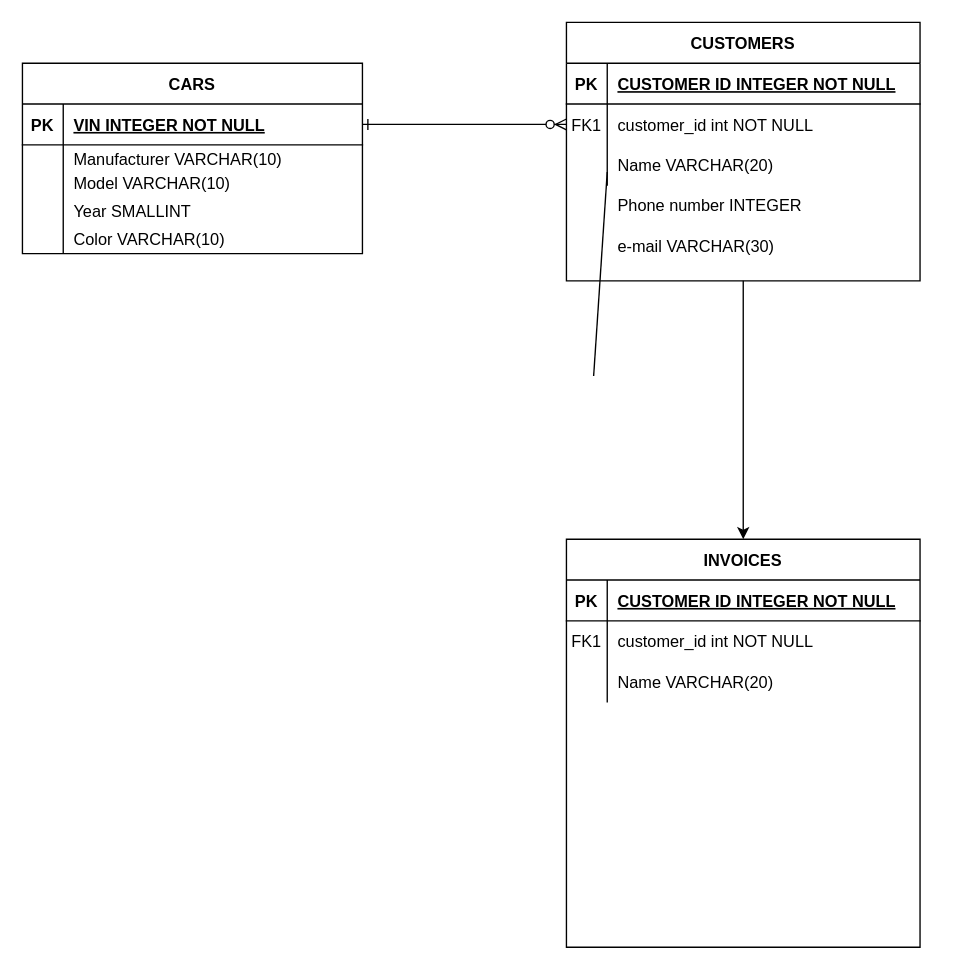
Daniel870801/IRONLABS keeps this draw.io diagram as Module 1/Lab20/Untitled Diagram.drawio. Above is the earlier version. Source tidied: cells renumbered, new cells numbered last; positions are measured from the earlier drawing's top-left corner, leaving out a move shared by most shapes. Both pictures are drawn from the tidied source at 136%, with x=0, y=0 at pixel (22, 22).
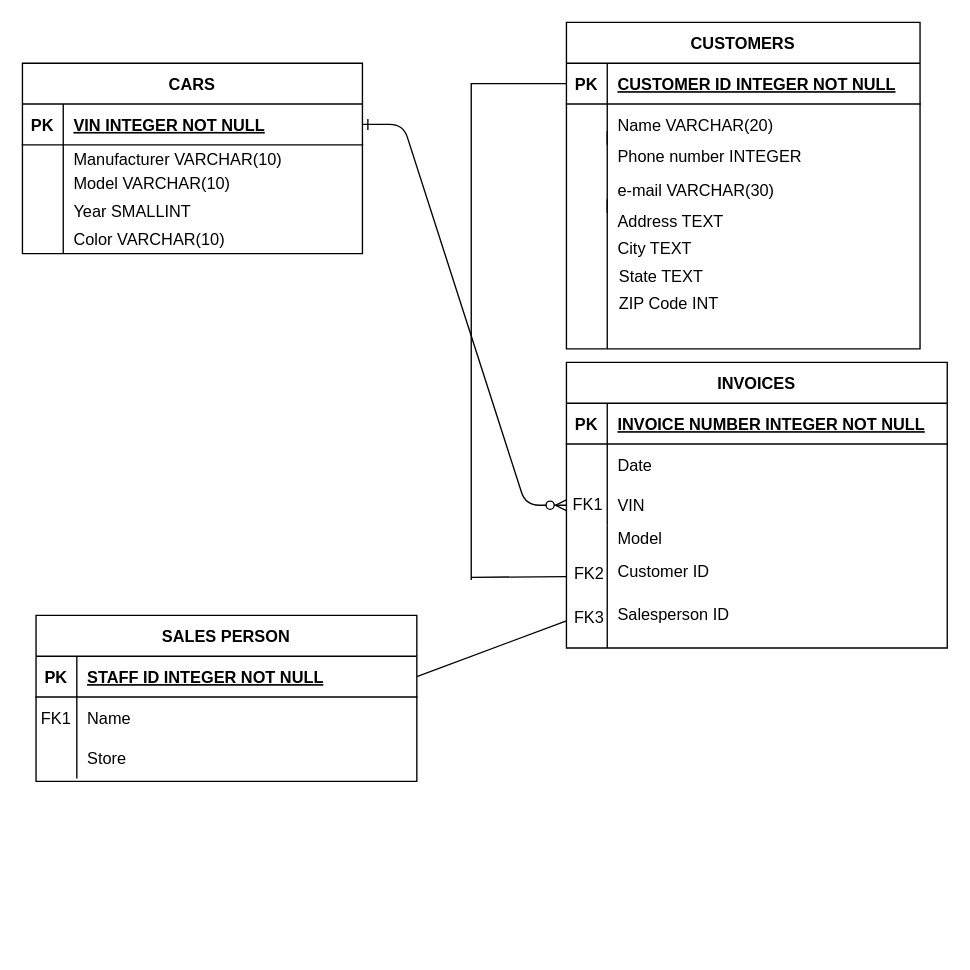
The same diagram, later.

The change refers to these unchanged cells:
```xml
<mxCell id="5" style="shape=partialRectangle;fillColor=none;points=[[0,0.5],[1,0.5]];portConstraint=eastwest;top=0;left=0;right=0;bottom=1;" parent="4" vertex="1">
  <mxGeometry y="30" width="260" height="30" as="geometry" />
</mxCell>
<mxCell id="15" style="shape=partialRectangle;fillColor=none;points=[[0,0.5],[1,0.5]];portConstraint=eastwest;top=0;left=0;right=0;bottom=1;" parent="14" vertex="1">
  <mxGeometry y="30" width="250" height="30" as="geometry" />
</mxCell>
```

Diff of the diagram source:
```diff
@@
-    <mxCell id="2" style="edgeStyle=entityRelationEdgeStyle;endArrow=ERzeroToMany;startArrow=ERone;endFill=1;startFill=0;" parent="1" edge="1" source="15" target="8">
+    <mxCell id="2" style="edgeStyle=entityRelationEdgeStyle;endArrow=ERzeroToMany;startArrow=ERone;endFill=1;startFill=0;entryX=0;entryY=0.5;entryDx=0;entryDy=0;" parent="1" edge="1" source="15" target="40">
       <mxGeometry relative="1" as="geometry" />
     </mxCell>
-    <mxCell id="3" style="edgeStyle=orthogonalEdgeStyle;rounded=0;jettySize=auto;html=1;" parent="1" edge="1" source="4" target="33">
-      <mxGeometry relative="1" as="geometry" />
-    </mxCell>
     <mxCell id="4" value="CUSTOMERS" style="shape=table;startSize=30;childLayout=tableLayout;rowLines=0;fontStyle=1;align=center;" parent="1" vertex="1">
-      <mxGeometry x="400" width="260" height="190" as="geometry" />
+      <mxGeometry x="400" width="260" height="240" as="geometry" />
     </mxCell>
@@
-    <mxCell id="8" style="shape=partialRectangle;fillColor=none;points=[[0,0.5],[1,0.5]];portConstraint=eastwest;top=0;left=0;right=0;bottom=0;" parent="4" vertex="1">
-      <mxGeometry y="60" width="260" height="30" as="geometry" />
-    </mxCell>
-    <mxCell id="9" value="FK1" style="shape=partialRectangle;overflow=hidden;fillColor=none;top=0;left=0;bottom=0;right=0;" parent="8" vertex="1">
-      <mxGeometry width="30" height="30" as="geometry" />
-    </mxCell>
-    <mxCell id="10" value="customer_id int NOT NULL" style="shape=partialRectangle;overflow=hidden;fillColor=none;top=0;left=0;bottom=0;right=0;align=left;spacingLeft=6;" parent="8" vertex="1">
-      <mxGeometry x="30" width="230" height="30" as="geometry" />
-    </mxCell>
     <mxCell id="11" style="shape=partialRectangle;fillColor=none;top=0;left=0;right=0;bottom=0;" parent="4" vertex="1">
-      <mxGeometry y="90" width="260" height="30" as="geometry" />
+      <mxGeometry y="60" width="260" height="30" as="geometry" />
     </mxCell>
@@
     <mxCell id="27" style="shape=partialRectangle;fillColor=none;top=0;left=0;right=0;bottom=0;" parent="1" vertex="1">
-      <mxGeometry x="400" y="149" width="260" height="30" as="geometry" />
+      <mxGeometry x="400" y="108" width="260" height="30" as="geometry" />
     </mxCell>
@@
     <mxCell id="30" style="shape=partialRectangle;fillColor=none;top=0;left=0;right=0;bottom=0;" parent="1" vertex="1">
-      <mxGeometry x="400" y="119" width="260" height="30" as="geometry" />
+      <mxGeometry x="400" y="83" width="260" height="30" as="geometry" />
     </mxCell>
@@
     <mxCell id="33" value="INVOICES" style="shape=table;startSize=30;childLayout=tableLayout;rowLines=0;fontStyle=1;align=center;" parent="1" vertex="1">
-      <mxGeometry x="400" y="380" width="260" height="300" as="geometry" />
+      <mxGeometry x="400" y="250" width="280" height="210" as="geometry" />
     </mxCell>
     <mxCell id="34" style="shape=partialRectangle;fillColor=none;top=0;left=0;right=0;bottom=1;" parent="33" vertex="1">
-      <mxGeometry y="30" width="260" height="30" as="geometry" />
+      <mxGeometry y="30" width="280" height="30" as="geometry" />
     </mxCell>
@@
-    <mxCell id="36" value="CUSTOMER ID INTEGER NOT NULL " style="shape=partialRectangle;overflow=hidden;fillColor=none;top=0;left=0;bottom=0;right=0;align=left;spacingLeft=6;fontStyle=5;" parent="34" vertex="1">
-      <mxGeometry x="30" width="230" height="30" as="geometry" />
+    <mxCell id="36" value="INVOICE NUMBER INTEGER NOT NULL" style="shape=partialRectangle;overflow=hidden;fillColor=none;top=0;left=0;bottom=0;right=0;align=left;spacingLeft=6;fontStyle=5;" parent="34" vertex="1">
+      <mxGeometry x="30" width="250" height="30" as="geometry" />
     </mxCell>
     <mxCell id="37" style="shape=partialRectangle;fillColor=none;top=0;left=0;right=0;bottom=0;" parent="33" vertex="1">
-      <mxGeometry y="60" width="260" height="30" as="geometry" />
+      <mxGeometry y="60" width="280" height="30" as="geometry" />
     </mxCell>
-    <mxCell id="38" value="FK1" style="shape=partialRectangle;overflow=hidden;fillColor=none;top=0;left=0;bottom=0;right=0;" parent="37" vertex="1">
+    <mxCell id="38" style="shape=partialRectangle;overflow=hidden;fillColor=none;top=0;left=0;bottom=0;right=0;" parent="37" vertex="1">
       <mxGeometry width="30" height="30" as="geometry" />
     </mxCell>
-    <mxCell id="39" value="customer_id int NOT NULL" style="shape=partialRectangle;overflow=hidden;fillColor=none;top=0;left=0;bottom=0;right=0;align=left;spacingLeft=6;" parent="37" vertex="1">
-      <mxGeometry x="30" width="230" height="30" as="geometry" />
+    <mxCell id="39" value="Date " style="shape=partialRectangle;overflow=hidden;fillColor=none;top=0;left=0;bottom=0;right=0;align=left;spacingLeft=6;" parent="37" vertex="1">
+      <mxGeometry x="30" width="250" height="30" as="geometry" />
     </mxCell>
     <mxCell id="40" style="shape=partialRectangle;fillColor=none;points=[[0,0.5],[1,0.5]];portConstraint=eastwest;top=0;left=0;right=0;bottom=0;" parent="33" vertex="1">
-      <mxGeometry y="90" width="260" height="30" as="geometry" />
+      <mxGeometry y="90" width="280" height="30" as="geometry" />
     </mxCell>
@@
-    <mxCell id="42" value="Name VARCHAR(20)" style="shape=partialRectangle;overflow=hidden;fillColor=none;top=0;left=0;bottom=0;right=0;align=left;spacingLeft=6;" parent="40" vertex="1">
-      <mxGeometry x="30" width="230" height="30" as="geometry" />
+    <mxCell id="42" value="VIN" style="shape=partialRectangle;overflow=hidden;fillColor=none;top=0;left=0;bottom=0;right=0;align=left;spacingLeft=6;" parent="40" vertex="1">
+      <mxGeometry x="30" width="250" height="30" as="geometry" />
     </mxCell>
     <mxCell id="43" style="endArrow=none;html=1;rounded=0;" parent="1" edge="1">
       <mxGeometry relative="1" as="geometry">
-        <mxPoint x="430" y="110" as="sourcePoint" />
-        <mxPoint x="420" y="260" as="targetPoint" />
+        <mxPoint x="430" y="80" as="sourcePoint" />
+        <mxPoint x="430" y="140" as="targetPoint" />
       </mxGeometry>
     </mxCell>
+    <mxCell id="44" value="Model" style="shape=partialRectangle;overflow=hidden;fillColor=none;top=0;left=0;bottom=0;right=0;align=left;spacingLeft=6;" parent="1" vertex="1">
+      <mxGeometry x="430" y="364" width="250" height="30" as="geometry" />
+    </mxCell>
+    <mxCell id="45" value="Customer ID" style="shape=partialRectangle;overflow=hidden;fillColor=none;top=0;left=0;bottom=0;right=0;align=left;spacingLeft=6;" parent="1" vertex="1">
+      <mxGeometry x="430" y="388" width="250" height="30" as="geometry" />
+    </mxCell>
+    <mxCell id="46" value="Salesperson ID" style="shape=partialRectangle;overflow=hidden;fillColor=none;top=0;left=0;bottom=0;right=0;align=left;spacingLeft=6;" parent="1" vertex="1">
+      <mxGeometry x="430" y="420" width="250" height="30" as="geometry" />
+    </mxCell>
+    <mxCell id="47" style="endArrow=none;html=1;rounded=0;" parent="1" edge="1">
+      <mxGeometry relative="1" as="geometry">
+        <mxPoint x="430" y="460" as="sourcePoint" />
+        <mxPoint x="430" y="370" as="targetPoint" />
+      </mxGeometry>
+    </mxCell>
+    <mxCell id="48" value="SALES PERSON" style="shape=table;startSize=30;childLayout=tableLayout;rowLines=0;fontStyle=1;align=center;" parent="1" vertex="1">
+      <mxGeometry x="10" y="436" width="280" height="122" as="geometry" />
+    </mxCell>
+    <mxCell id="49" style="shape=partialRectangle;fillColor=none;points=[[0,0.5],[1,0.5]];portConstraint=eastwest;top=0;left=0;right=0;bottom=1;" parent="48" vertex="1">
+      <mxGeometry y="30" width="280" height="30" as="geometry" />
+    </mxCell>
+    <mxCell id="50" value="PK" style="shape=partialRectangle;overflow=hidden;fillColor=none;top=0;left=0;bottom=0;right=0;fontStyle=1;" parent="49" vertex="1">
+      <mxGeometry width="30" height="30" as="geometry" />
+    </mxCell>
+    <mxCell id="51" value="STAFF ID INTEGER NOT NULL" style="shape=partialRectangle;overflow=hidden;fillColor=none;top=0;left=0;bottom=0;right=0;align=left;spacingLeft=6;fontStyle=5;" parent="49" vertex="1">
+      <mxGeometry x="30" width="250" height="30" as="geometry" />
+    </mxCell>
+    <mxCell id="52" style="shape=partialRectangle;fillColor=none;top=0;left=0;right=0;bottom=0;" parent="48" vertex="1">
+      <mxGeometry y="60" width="280" height="30" as="geometry" />
+    </mxCell>
+    <mxCell id="9" value="FK1" style="shape=partialRectangle;overflow=hidden;fillColor=none;top=0;left=0;bottom=0;right=0;" parent="52" vertex="1">
+      <mxGeometry width="30" height="30" as="geometry" />
+    </mxCell>
+    <mxCell id="53" value="Name" style="shape=partialRectangle;overflow=hidden;fillColor=none;top=0;left=0;bottom=0;right=0;align=left;spacingLeft=6;" parent="52" vertex="1">
+      <mxGeometry x="30" width="250" height="30" as="geometry" />
+    </mxCell>
+    <mxCell id="54" style="shape=partialRectangle;fillColor=none;top=0;left=0;right=0;bottom=0;" parent="48" vertex="1">
+      <mxGeometry y="90" width="280" height="30" as="geometry" />
+    </mxCell>
+    <mxCell id="55" style="shape=partialRectangle;overflow=hidden;fillColor=none;top=0;left=0;bottom=0;right=0;" parent="54" vertex="1">
+      <mxGeometry width="30" height="30" as="geometry" />
+    </mxCell>
+    <mxCell id="56" value="Store " style="shape=partialRectangle;overflow=hidden;fillColor=none;top=0;left=0;bottom=0;right=0;align=left;spacingLeft=6;" parent="54" vertex="1">
+      <mxGeometry x="30" width="250" height="30" as="geometry" />
+    </mxCell>
+    <mxCell id="57" style="shape=partialRectangle;fillColor=none;top=0;left=0;right=0;bottom=0;" parent="1" vertex="1">
+      <mxGeometry x="400" y="131" width="260" height="30" as="geometry" />
+    </mxCell>
+    <mxCell id="58" style="shape=partialRectangle;overflow=hidden;fillColor=none;top=0;left=0;bottom=0;right=0;" parent="57" vertex="1">
+      <mxGeometry width="30" height="30" as="geometry" />
+    </mxCell>
+    <mxCell id="59" style="shape=partialRectangle;fillColor=none;top=0;left=0;right=0;bottom=0;" parent="1" vertex="1">
+      <mxGeometry x="400" y="131" width="260" height="30" as="geometry" />
+    </mxCell>
+    <mxCell id="60" style="shape=partialRectangle;overflow=hidden;fillColor=none;top=0;left=0;bottom=0;right=0;" parent="59" vertex="1">
+      <mxGeometry width="30" height="30" as="geometry" />
+    </mxCell>
+    <mxCell id="61" value="Address TEXT" style="shape=partialRectangle;overflow=hidden;fillColor=none;top=0;left=0;bottom=0;right=0;align=left;spacingLeft=6;" parent="59" vertex="1">
+      <mxGeometry x="30" width="230" height="30" as="geometry" />
+    </mxCell>
+    <mxCell id="62" value="City TEXT" style="shape=partialRectangle;overflow=hidden;fillColor=none;top=0;left=0;bottom=0;right=0;align=left;spacingLeft=6;" parent="1" vertex="1">
+      <mxGeometry x="430" y="151" width="230" height="30" as="geometry" />
+    </mxCell>
+    <mxCell id="63" value="State TEXT" style="shape=partialRectangle;overflow=hidden;fillColor=none;top=0;left=0;bottom=0;right=0;align=left;spacingLeft=6;" parent="1" vertex="1">
+      <mxGeometry x="431" y="171" width="230" height="30" as="geometry" />
+    </mxCell>
+    <mxCell id="64" value="ZIP Code INT" style="shape=partialRectangle;overflow=hidden;fillColor=none;top=0;left=0;bottom=0;right=0;align=left;spacingLeft=6;" parent="1" vertex="1">
+      <mxGeometry x="431" y="191" width="230" height="30" as="geometry" />
+    </mxCell>
+    <mxCell id="65" style="endArrow=none;html=1;rounded=0;" parent="1" edge="1">
+      <mxGeometry relative="1" as="geometry">
+        <mxPoint x="430" y="240" as="sourcePoint" />
+        <mxPoint x="430" y="130" as="targetPoint" />
+      </mxGeometry>
+    </mxCell>
+    <mxCell id="66" style="endArrow=none;html=1;rounded=0;entryX=0;entryY=0.5;entryDx=0;entryDy=0;" parent="1" edge="1" target="5">
+      <mxGeometry relative="1" as="geometry">
+        <mxPoint x="330" y="410" as="sourcePoint" />
+        <Array as="points">
+          <mxPoint x="330" y="45" />
+        </Array>
+      </mxGeometry>
+    </mxCell>
+    <mxCell id="67" style="endArrow=none;html=1;rounded=0;entryX=0;entryY=0.75;entryDx=0;entryDy=0;" parent="1" edge="1" target="33">
+      <mxGeometry relative="1" as="geometry">
+        <mxPoint x="330" y="408" as="sourcePoint" />
+      </mxGeometry>
+    </mxCell>
+    <mxCell id="68" value="FK1" style="shape=partialRectangle;overflow=hidden;fillColor=none;top=0;left=0;bottom=0;right=0;" parent="1" vertex="1">
+      <mxGeometry x="401" y="339" width="30" height="30" as="geometry" />
+    </mxCell>
+    <mxCell id="69" value="FK2" style="shape=partialRectangle;overflow=hidden;fillColor=none;top=0;left=0;bottom=0;right=0;" parent="1" vertex="1">
+      <mxGeometry x="402" y="390" width="30" height="30" as="geometry" />
+    </mxCell>
+    <mxCell id="70" style="endArrow=none;html=1;rounded=0;exitX=1;exitY=0.5;exitDx=0;exitDy=0;" parent="1" edge="1" source="49">
+      <mxGeometry relative="1" as="geometry">
+        <mxPoint x="400" y="440" as="targetPoint" />
+      </mxGeometry>
+    </mxCell>
+    <mxCell id="71" value="FK3" style="shape=partialRectangle;overflow=hidden;fillColor=none;top=0;left=0;bottom=0;right=0;" parent="1" vertex="1">
+      <mxGeometry x="402" y="422" width="30" height="30" as="geometry" />
+    </mxCell>
```
